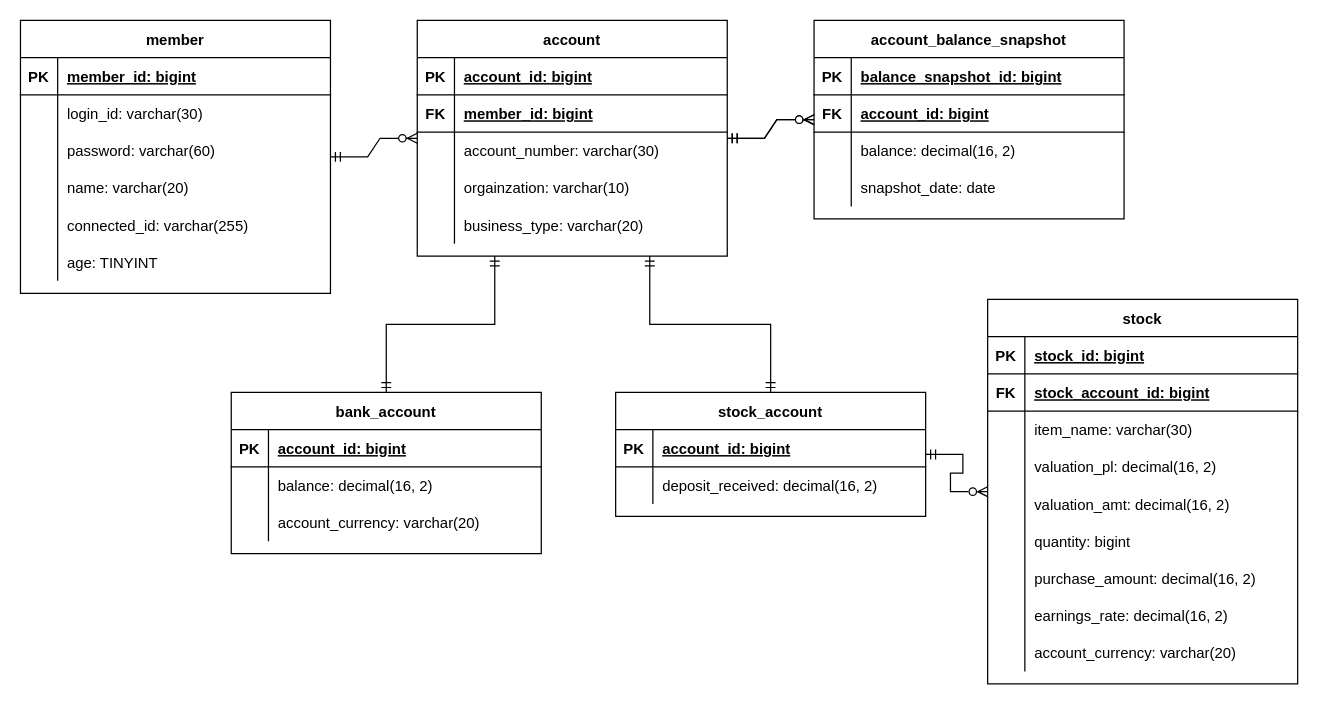
Earlier version of the draw.io diagram ER다이어그램(자산관리앱).drawio (GunwooJo/AssetManagement). Source tidied: cells renumbered, new cells numbered last; positions are measured from the earlier drawing's top-left corner, leaving out a move shared by most shapes. Both pictures are drawn from the tidied source at 124%, with x=0, y=0 at pixel (20, 20).
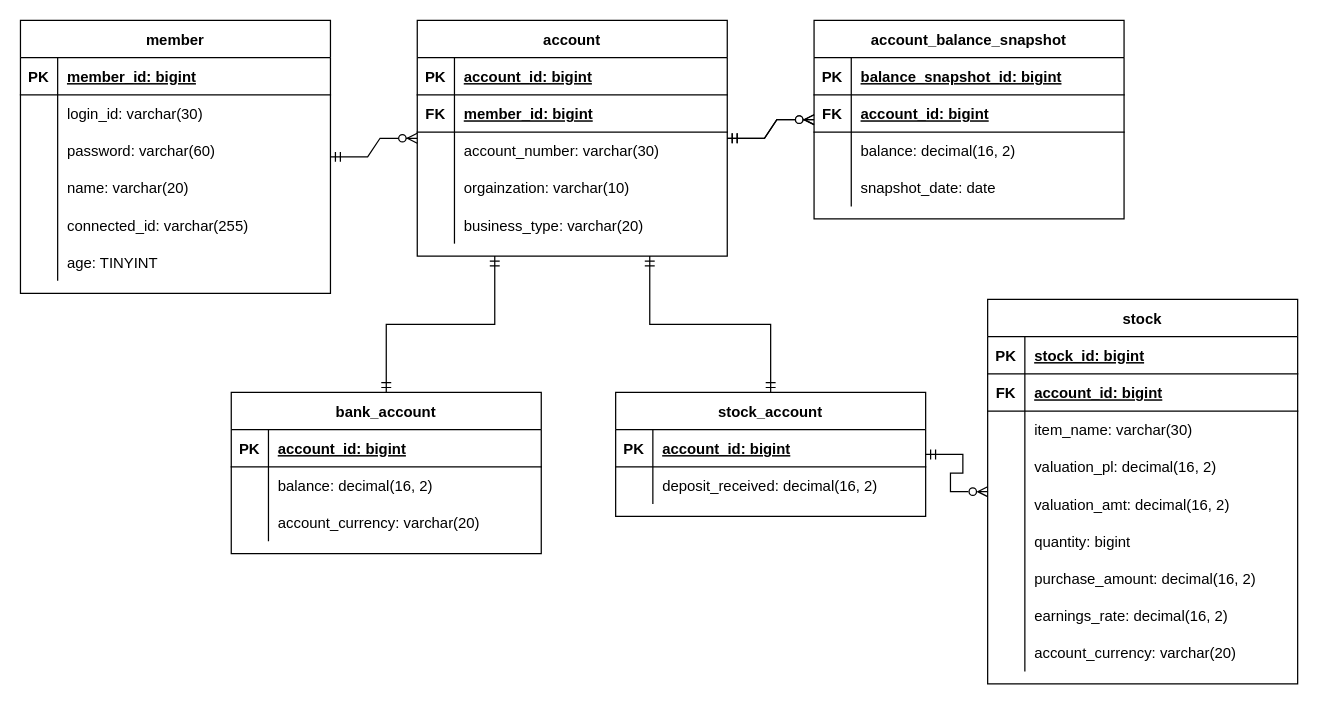
After the change.

Commit message:
stock 테이블 foreign key 이름 수정

The change refers to these unchanged cells:
```xml
<mxCell id="76" style="shape=partialRectangle;fillColor=none;top=0;left=0;right=0;bottom=1;" parent="72" vertex="1">
  <mxGeometry y="60" width="250" height="30" as="geometry" />
</mxCell>
```

Diff of the diagram source:
```diff
@@
-    <mxCell id="78" value="stock_account_id: bigint" style="shape=partialRectangle;overflow=hidden;fillColor=none;top=0;left=0;bottom=0;right=0;align=left;spacingLeft=6;fontStyle=5;" parent="76" vertex="1">
+    <mxCell id="78" value="account_id: bigint" style="shape=partialRectangle;overflow=hidden;fillColor=none;top=0;left=0;bottom=0;right=0;align=left;spacingLeft=6;fontStyle=5;" parent="76" vertex="1">
       <mxGeometry x="30" width="220" height="30" as="geometry" />
     </mxCell>
```
